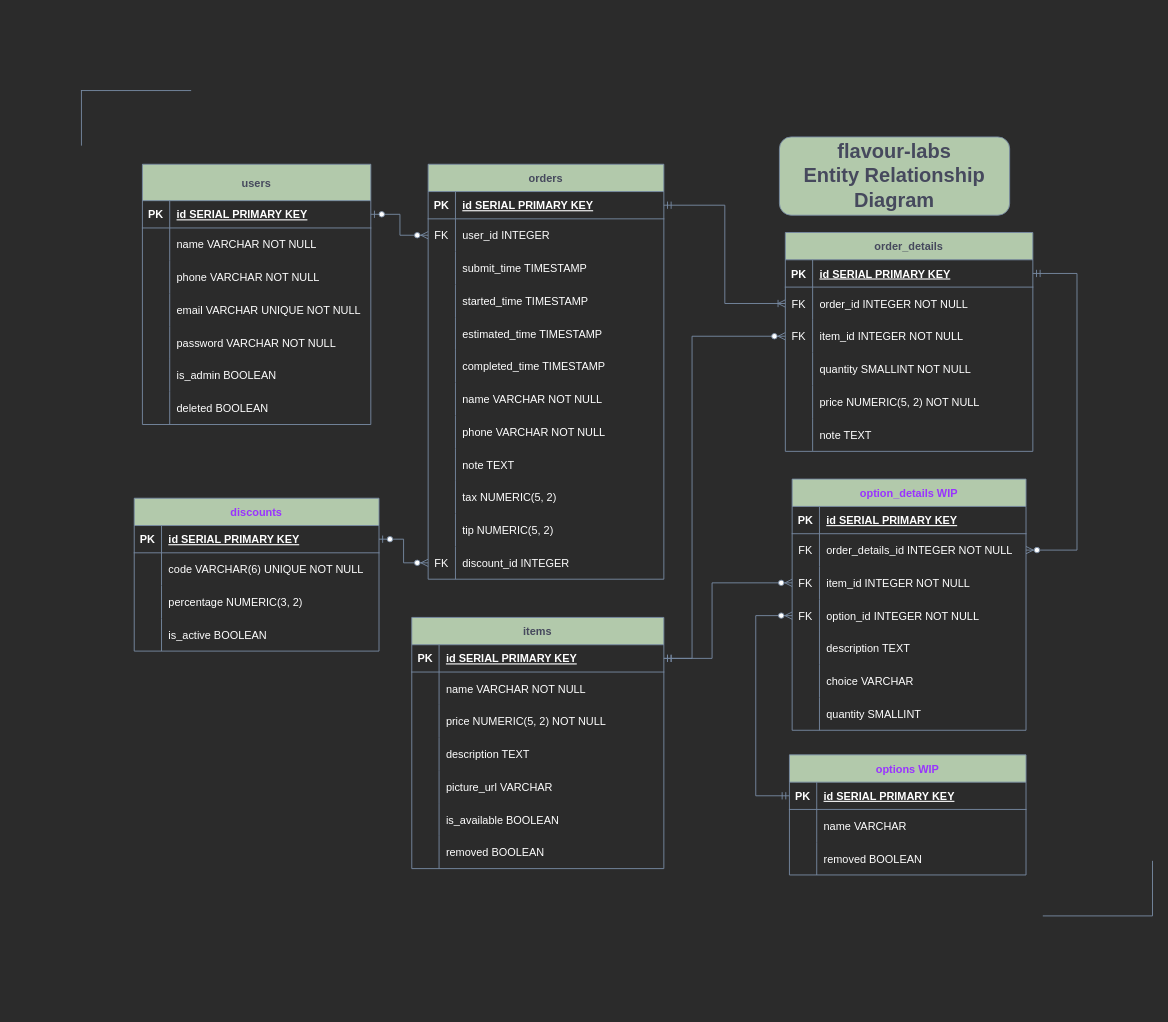
This is flavourLabsERD.drawio from sachieko/flavour-lab, a draw.io file, before an edit. Source tidied: cells renumbered, new cells numbered last; positions are measured from the earlier drawing's top-left corner, leaving out a move shared by most shapes. Both pictures are drawn from the tidied source at 91%, with x=0, y=0 at pixel (81, 90).
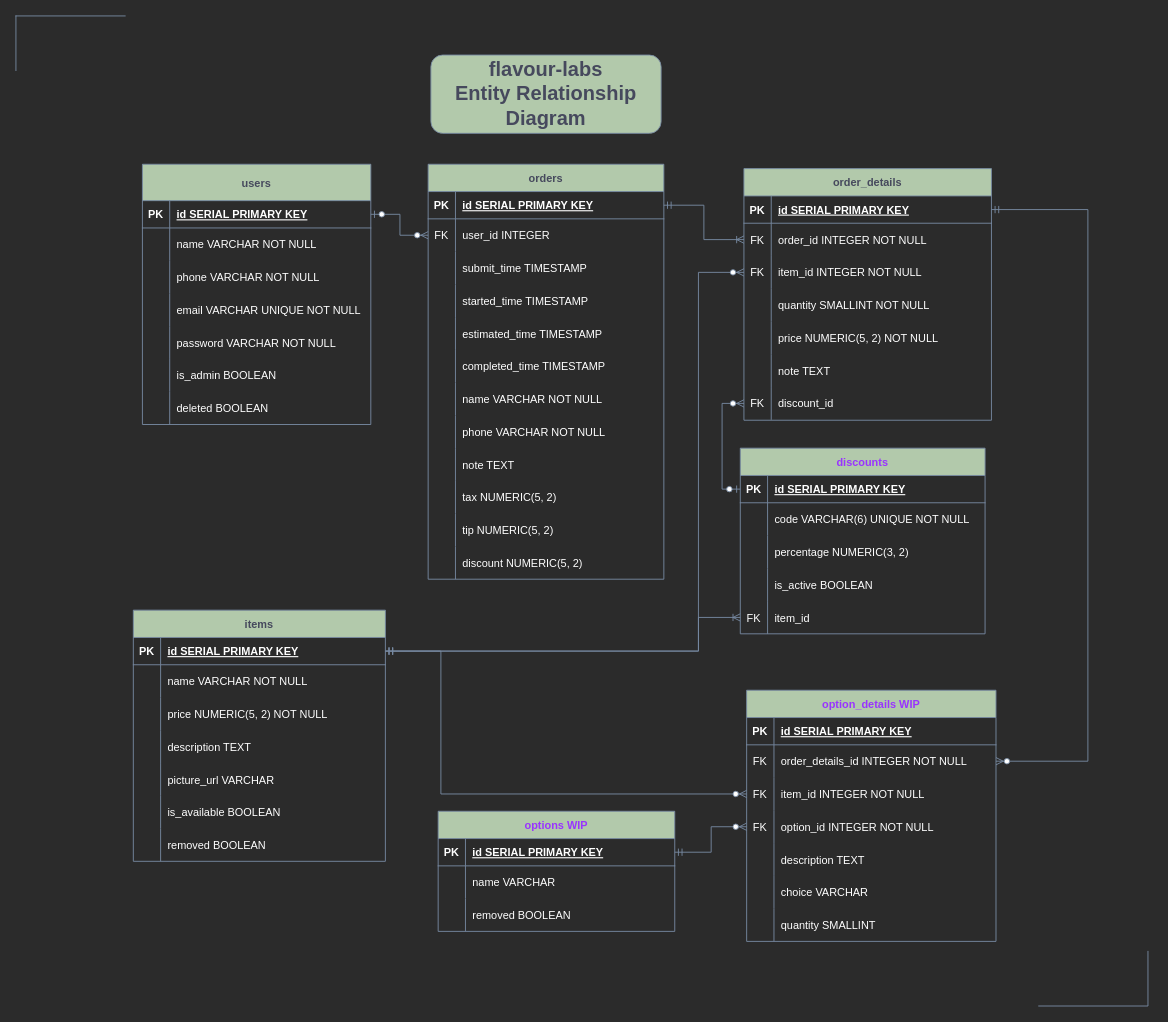
The same page after the edit.

Commit message:
items can have 1 of multiple possible discounts in flavourLabsERD.drawio

The change refers to these unchanged cells:
```xml
<mxCell id="36" style="shape=tableRow;horizontal=0;startSize=0;swimlaneHead=0;swimlaneBody=0;fillColor=none;points=[[0,0.5],[1,0.5]];portConstraint=eastwest;top=0;left=0;right=0;bottom=0;strokeColor=#788AA3;fontColor=#46495D;" parent="2" vertex="1">
  <mxGeometry y="420" width="259" height="36" as="geometry" />
</mxCell>
<mxCell id="40" style="shape=tableRow;horizontal=0;startSize=0;swimlaneHead=0;swimlaneBody=0;fillColor=none;points=[[0,0.5],[1,0.5]];portConstraint=eastwest;top=0;left=0;right=0;bottom=1;strokeColor=#788AA3;fontColor=#46495D;" parent="39" vertex="1">
  <mxGeometry y="30" width="277" height="30" as="geometry" />
</mxCell>
<mxCell id="84" style="shape=tableRow;horizontal=0;startSize=0;swimlaneHead=0;swimlaneBody=0;fillColor=none;points=[[0,0.5],[1,0.5]];portConstraint=eastwest;top=0;left=0;right=0;bottom=1;strokeColor=#788AA3;fontColor=#46495D;" parent="83" vertex="1">
  <mxGeometry y="30" width="272" height="30" as="geometry" />
</mxCell>
<mxCell id="90" style="shape=tableRow;horizontal=0;startSize=0;swimlaneHead=0;swimlaneBody=0;fillColor=none;points=[[0,0.5],[1,0.5]];portConstraint=eastwest;top=0;left=0;right=0;bottom=0;strokeColor=#788AA3;fontColor=#46495D;" parent="83" vertex="1">
  <mxGeometry y="96" width="272" height="36" as="geometry" />
</mxCell>
<mxCell id="103" style="shape=tableRow;horizontal=0;startSize=0;swimlaneHead=0;swimlaneBody=0;fillColor=none;points=[[0,0.5],[1,0.5]];portConstraint=eastwest;top=0;left=0;right=0;bottom=1;strokeColor=#788AA3;fontColor=#46495D;" parent="102" vertex="1">
  <mxGeometry y="30" width="260" height="30" as="geometry" />
</mxCell>
<mxCell id="144" style="shape=tableRow;horizontal=0;startSize=0;swimlaneHead=0;swimlaneBody=0;fillColor=none;points=[[0,0.5],[1,0.5]];portConstraint=eastwest;top=0;left=0;right=0;bottom=1;strokeColor=#788AA3;fontColor=#46495D;" parent="143" vertex="1">
  <mxGeometry y="30" width="269" height="30" as="geometry" />
</mxCell>
```

What changed in the source:
```diff
@@
-    <mxCell id="37" value="FK" style="shape=partialRectangle;fillColor=none;top=0;left=0;bottom=0;right=0;overflow=hidden;strokeColor=#788AA3;fontColor=#FFFFFF;" parent="36" vertex="1">
+    <mxCell id="37" style="shape=partialRectangle;fillColor=none;top=0;left=0;bottom=0;right=0;overflow=hidden;strokeColor=#788AA3;fontColor=#FFFFFF;" parent="36" vertex="1">
       <mxGeometry width="30" height="36" as="geometry" />
     </mxCell>
-    <mxCell id="38" value="discount_id INTEGER" style="shape=partialRectangle;fillColor=none;top=0;left=0;bottom=0;right=0;align=left;spacingLeft=6;overflow=hidden;strokeColor=#788AA3;fontColor=#FFFFFF;" parent="36" vertex="1">
+    <mxCell id="38" value="discount NUMERIC(5, 2)" style="shape=partialRectangle;fillColor=none;top=0;left=0;bottom=0;right=0;align=left;spacingLeft=6;overflow=hidden;strokeColor=#788AA3;fontColor=#FFFFFF;" parent="36" vertex="1">
       <mxGeometry x="30" width="229" height="36" as="geometry" />
     </mxCell>
     <mxCell id="39" value="items" style="shape=table;startSize=30;childLayout=tableLayout;rowLines=0;fontStyle=1;align=center;fillColor=#B2C9AB;strokeColor=#788AA3;fontColor=#46495D;" parent="1" vertex="1">
-      <mxGeometry x="363" y="579" width="277" height="276" as="geometry" />
+      <mxGeometry x="57" y="571" width="277" height="276" as="geometry" />
     </mxCell>
@@
     <mxCell id="83" value="order_details" style="shape=table;startSize=30;childLayout=tableLayout;rowLines=0;fontStyle=1;align=center;fillColor=#B2C9AB;strokeColor=#788AA3;fontColor=#46495D;" parent="1" vertex="1">
-      <mxGeometry x="773.5" y="156" width="272" height="240.5" as="geometry" />
+      <mxGeometry x="728" y="85.8" width="272" height="276.5" as="geometry" />
     </mxCell>
@@
+    <mxCell id="157" style="shape=tableRow;horizontal=0;startSize=0;swimlaneHead=0;swimlaneBody=0;fillColor=none;points=[[0,0.5],[1,0.5]];portConstraint=eastwest;top=0;left=0;right=0;bottom=0;strokeColor=#788AA3;fontColor=#46495D;" parent="83" vertex="1">
+      <mxGeometry y="240" width="272" height="36" as="geometry" />
+    </mxCell>
+    <mxCell id="158" value="FK" style="shape=partialRectangle;fillColor=none;top=0;left=0;bottom=0;right=0;overflow=hidden;strokeColor=#788AA3;fontColor=#FFFFFF;" parent="157" vertex="1">
+      <mxGeometry width="30" height="36" as="geometry" />
+    </mxCell>
+    <mxCell id="159" value="discount_id" style="shape=partialRectangle;fillColor=none;top=0;left=0;bottom=0;right=0;align=left;spacingLeft=6;overflow=hidden;strokeColor=#788AA3;fontColor=#FFFFFF;" parent="157" vertex="1">
+      <mxGeometry x="30" width="242" height="36" as="geometry" />
+    </mxCell>
     <mxCell id="102" value="options WIP" style="shape=table;startSize=30;childLayout=tableLayout;rowLines=0;fontStyle=1;align=center;fillColor=#B2C9AB;strokeColor=#788AA3;fontColor=#9933FF;" parent="1" vertex="1">
-      <mxGeometry x="778" y="730" width="260" height="132" as="geometry" />
+      <mxGeometry x="392" y="792" width="260" height="132" as="geometry" />
     </mxCell>
@@
     <mxCell id="112" style="shape=partialRectangle;whiteSpace=wrap;html=1;bottom=0;right=0;fillColor=none;fontColor=#46495D;strokeColor=#788AA3;" parent="1" vertex="1">
-      <mxGeometry width="120" height="60" as="geometry" />
+      <mxGeometry x="-72" y="-82" width="120" height="60" as="geometry" />
     </mxCell>
     <mxCell id="113" style="shape=partialRectangle;whiteSpace=wrap;html=1;top=0;left=0;fillColor=none;fontColor=#46495D;strokeColor=#788AA3;" parent="1" vertex="1">
-      <mxGeometry x="1057" y="847" width="120" height="60" as="geometry" />
+      <mxGeometry x="1052" y="946" width="120" height="60" as="geometry" />
     </mxCell>
     <mxCell id="114" value="&lt;font style=&quot;font-size: 22px;&quot;&gt;&lt;b style=&quot;font-size: 22px;&quot;&gt;flavour-labs &lt;br&gt;Entity Relationship Diagram&lt;/b&gt;&lt;/font&gt;" style="rounded=1;whiteSpace=wrap;html=1;fontColor=#46495D;strokeColor=#788AA3;fillColor=#B2C9AB;fontSize=22;" parent="1" vertex="1">
-      <mxGeometry x="767" y="51" width="253" height="86" as="geometry" />
+      <mxGeometry x="384" y="-39" width="253" height="86" as="geometry" />
     </mxCell>
     <mxCell id="115" value="option_details WIP" style="shape=table;startSize=30;childLayout=tableLayout;rowLines=0;fontStyle=1;align=center;fillColor=#B2C9AB;strokeColor=#788AA3;fontColor=#9933FF;" parent="1" vertex="1">
-      <mxGeometry x="781" y="427" width="257" height="276" as="geometry" />
+      <mxGeometry x="731" y="659" width="274" height="276" as="geometry" />
     </mxCell>
     <mxCell id="116" style="shape=tableRow;horizontal=0;startSize=0;swimlaneHead=0;swimlaneBody=0;fillColor=none;top=0;left=0;right=0;bottom=1;strokeColor=#788AA3;fontColor=#46495D;" parent="115" vertex="1">
-      <mxGeometry y="30" width="257" height="30" as="geometry" />
+      <mxGeometry y="30" width="274" height="30" as="geometry" />
     </mxCell>
@@
     <mxCell id="118" value="id SERIAL PRIMARY KEY" style="shape=partialRectangle;fillColor=none;top=0;left=0;bottom=0;right=0;align=left;spacingLeft=6;fontStyle=5;overflow=hidden;strokeColor=#788AA3;fontColor=#FFFFFF;" parent="116" vertex="1">
-      <mxGeometry x="30" width="227" height="30" as="geometry" />
+      <mxGeometry x="30" width="244" height="30" as="geometry" />
     </mxCell>
     <mxCell id="119" style="shape=tableRow;horizontal=0;startSize=0;swimlaneHead=0;swimlaneBody=0;fillColor=none;points=[[0,0.5],[1,0.5]];portConstraint=eastwest;top=0;left=0;right=0;bottom=0;strokeColor=#788AA3;fontColor=#46495D;" parent="115" vertex="1">
-      <mxGeometry y="60" width="257" height="36" as="geometry" />
+      <mxGeometry y="60" width="274" height="36" as="geometry" />
     </mxCell>
@@
     <mxCell id="121" value="order_details_id INTEGER NOT NULL" style="shape=partialRectangle;fillColor=none;top=0;left=0;bottom=0;right=0;align=left;spacingLeft=6;overflow=hidden;strokeColor=#788AA3;fontColor=#FFFFFF;" parent="119" vertex="1">
-      <mxGeometry x="30" width="227" height="36" as="geometry" />
+      <mxGeometry x="30" width="244" height="36" as="geometry" />
     </mxCell>
     <mxCell id="122" style="shape=tableRow;horizontal=0;startSize=0;swimlaneHead=0;swimlaneBody=0;fillColor=none;points=[[0,0.5],[1,0.5]];portConstraint=eastwest;top=0;left=0;right=0;bottom=0;strokeColor=#788AA3;fontColor=#46495D;" parent="115" vertex="1">
-      <mxGeometry y="96" width="257" height="36" as="geometry" />
+      <mxGeometry y="96" width="274" height="36" as="geometry" />
     </mxCell>
@@
     <mxCell id="124" value="item_id INTEGER NOT NULL" style="shape=partialRectangle;fillColor=none;top=0;left=0;bottom=0;right=0;align=left;spacingLeft=6;overflow=hidden;strokeColor=#788AA3;fontColor=#FFFFFF;" parent="122" vertex="1">
-      <mxGeometry x="30" width="227" height="36" as="geometry" />
+      <mxGeometry x="30" width="244" height="36" as="geometry" />
     </mxCell>
     <mxCell id="125" style="shape=tableRow;horizontal=0;startSize=0;swimlaneHead=0;swimlaneBody=0;fillColor=none;points=[[0,0.5],[1,0.5]];portConstraint=eastwest;top=0;left=0;right=0;bottom=0;strokeColor=#788AA3;fontColor=#46495D;" parent="115" vertex="1">
-      <mxGeometry y="132" width="257" height="36" as="geometry" />
+      <mxGeometry y="132" width="274" height="36" as="geometry" />
     </mxCell>
@@
     <mxCell id="127" value="option_id INTEGER NOT NULL" style="shape=partialRectangle;fillColor=none;top=0;left=0;bottom=0;right=0;align=left;spacingLeft=6;overflow=hidden;strokeColor=#788AA3;fontColor=#FFFFFF;" parent="125" vertex="1">
-      <mxGeometry x="30" width="227" height="36" as="geometry" />
+      <mxGeometry x="30" width="244" height="36" as="geometry" />
     </mxCell>
     <mxCell id="128" style="shape=tableRow;horizontal=0;startSize=0;swimlaneHead=0;swimlaneBody=0;fillColor=none;top=0;left=0;right=0;bottom=0;strokeColor=#788AA3;fontColor=#46495D;" parent="115" vertex="1">
-      <mxGeometry y="168" width="257" height="36" as="geometry" />
+      <mxGeometry y="168" width="274" height="36" as="geometry" />
     </mxCell>
@@
     <mxCell id="130" value="description TEXT" style="shape=partialRectangle;fillColor=none;top=0;left=0;bottom=0;right=0;align=left;spacingLeft=6;overflow=hidden;strokeColor=#788AA3;fontColor=#FFFFFF;" parent="128" vertex="1">
-      <mxGeometry x="30" width="227" height="36" as="geometry" />
+      <mxGeometry x="30" width="244" height="36" as="geometry" />
     </mxCell>
     <mxCell id="131" style="shape=tableRow;horizontal=0;startSize=0;swimlaneHead=0;swimlaneBody=0;fillColor=none;top=0;left=0;right=0;bottom=0;strokeColor=#788AA3;fontColor=#46495D;" parent="115" vertex="1">
-      <mxGeometry y="204" width="257" height="36" as="geometry" />
+      <mxGeometry y="204" width="274" height="36" as="geometry" />
     </mxCell>
@@
     <mxCell id="133" value="choice VARCHAR" style="shape=partialRectangle;fillColor=none;top=0;left=0;bottom=0;right=0;align=left;spacingLeft=6;overflow=hidden;strokeColor=#788AA3;fontColor=#FFFFFF;" parent="131" vertex="1">
-      <mxGeometry x="30" width="227" height="36" as="geometry" />
+      <mxGeometry x="30" width="244" height="36" as="geometry" />
     </mxCell>
     <mxCell id="134" style="shape=tableRow;horizontal=0;startSize=0;swimlaneHead=0;swimlaneBody=0;fillColor=none;top=0;left=0;right=0;bottom=0;strokeColor=#788AA3;fontColor=#46495D;" parent="115" vertex="1">
-      <mxGeometry y="240" width="257" height="36" as="geometry" />
+      <mxGeometry y="240" width="274" height="36" as="geometry" />
     </mxCell>
@@
     <mxCell id="136" value="quantity SMALLINT" style="shape=partialRectangle;fillColor=none;top=0;left=0;bottom=0;right=0;align=left;spacingLeft=6;overflow=hidden;strokeColor=#788AA3;fontColor=#FFFFFF;" parent="134" vertex="1">
-      <mxGeometry x="30" width="227" height="36" as="geometry" />
+      <mxGeometry x="30" width="244" height="36" as="geometry" />
     </mxCell>
@@
     <mxCell id="139" style="edgeStyle=elbowEdgeStyle;fontSize=12;html=1;endArrow=ERzeroToMany;startArrow=ERmandOne;rounded=0;labelBackgroundColor=none;strokeColor=#788AA3;strokeWidth=1;jumpSize=7;exitX=1;exitY=0.5;exitDx=0;exitDy=0;entryX=0;entryY=0.5;entryDx=0;entryDy=0;" parent="1" edge="1" source="40" target="90">
       <mxGeometry relative="1" as="geometry">
         <Array as="points">
-          <mxPoint x="671" y="469" />
+          <mxPoint x="678" y="455" />
         </Array>
       </mxGeometry>
     </mxCell>
     <mxCell id="140" style="edgeStyle=elbowEdgeStyle;fontSize=12;html=1;endArrow=ERzeroToMany;startArrow=ERmandOne;rounded=0;labelBackgroundColor=none;strokeColor=#788AA3;strokeWidth=1;jumpSize=7;exitX=1;exitY=0.5;exitDx=0;exitDy=0;entryX=1;entryY=0.5;entryDx=0;entryDy=0;" parent="1" edge="1" source="84" target="119">
       <mxGeometry relative="1" as="geometry">
         <Array as="points">
-          <mxPoint x="1094" y="382" />
+          <mxPoint x="1106" y="481" />
         </Array>
       </mxGeometry>
     </mxCell>
     <mxCell id="141" style="edgeStyle=elbowEdgeStyle;fontSize=12;html=1;endArrow=ERzeroToMany;startArrow=ERmandOne;rounded=0;labelBackgroundColor=none;strokeColor=#788AA3;strokeWidth=1;jumpSize=7;exitX=1;exitY=0.5;exitDx=0;exitDy=0;entryX=0;entryY=0.5;entryDx=0;entryDy=0;" parent="1" edge="1" source="40" target="122">
       <mxGeometry relative="1" as="geometry">
         <Array as="points">
-          <mxPoint x="693" y="590" />
+          <mxPoint x="395" y="719" />
         </Array>
       </mxGeometry>
     </mxCell>
-    <mxCell id="142" style="edgeStyle=elbowEdgeStyle;fontSize=12;html=1;endArrow=ERzeroToMany;startArrow=ERmandOne;rounded=0;labelBackgroundColor=none;strokeColor=#788AA3;strokeWidth=1;jumpSize=7;exitX=0;exitY=0.5;exitDx=0;exitDy=0;entryX=0;entryY=0.5;entryDx=0;entryDy=0;" parent="1" edge="1" source="103" target="125">
-      <mxGeometry relative="1" as="geometry">
-        <Array as="points">
-          <mxPoint x="741" y="629" />
-        </Array>
-      </mxGeometry>
+    <mxCell id="142" style="edgeStyle=elbowEdgeStyle;fontSize=12;html=1;endArrow=ERzeroToMany;startArrow=ERmandOne;rounded=0;labelBackgroundColor=none;strokeColor=#788AA3;strokeWidth=1;jumpSize=7;exitX=1;exitY=0.5;exitDx=0;exitDy=0;entryX=0;entryY=0.5;entryDx=0;entryDy=0;" parent="1" edge="1" source="103" target="125">
+      <mxGeometry relative="1" as="geometry" />
     </mxCell>
     <mxCell id="143" value="discounts" style="shape=table;startSize=30;childLayout=tableLayout;rowLines=0;fontStyle=1;align=center;fillColor=#B2C9AB;strokeColor=#788AA3;fontColor=#9933FF;" parent="1" vertex="1">
-      <mxGeometry x="58" y="448" width="269" height="168" as="geometry" />
+      <mxGeometry x="724" y="393" width="269" height="204" as="geometry" />
     </mxCell>
@@
+    <mxCell id="160" style="shape=tableRow;horizontal=0;startSize=0;swimlaneHead=0;swimlaneBody=0;fillColor=none;points=[[0,0.5],[1,0.5]];portConstraint=eastwest;top=0;left=0;right=0;bottom=0;strokeColor=#788AA3;fontColor=#46495D;" parent="143" vertex="1">
+      <mxGeometry y="168" width="269" height="36" as="geometry" />
+    </mxCell>
+    <mxCell id="161" value="FK" style="shape=partialRectangle;fillColor=none;top=0;left=0;bottom=0;right=0;overflow=hidden;strokeColor=#788AA3;fontColor=#FFFFFF;" parent="160" vertex="1">
+      <mxGeometry width="30" height="36" as="geometry" />
+    </mxCell>
+    <mxCell id="162" value="item_id" style="shape=partialRectangle;fillColor=none;top=0;left=0;bottom=0;right=0;align=left;spacingLeft=6;overflow=hidden;strokeColor=#788AA3;fontColor=#FFFFFF;" parent="160" vertex="1">
+      <mxGeometry x="30" width="239" height="36" as="geometry" />
+    </mxCell>
-    <mxCell id="156" style="fontSize=12;html=1;endArrow=ERzeroToMany;startArrow=ERzeroToOne;rounded=0;strokeColor=#788AA3;strokeWidth=1;jumpSize=7;entryX=0;entryY=0.5;entryDx=0;entryDy=0;fillColor=#B2B2B2;labelBackgroundColor=none;exitX=1;exitY=0.5;exitDx=0;exitDy=0;edgeStyle=elbowEdgeStyle;" parent="1" edge="1" source="144" target="36">
-      <mxGeometry relative="1" as="geometry" />
+    <mxCell id="156" style="fontSize=12;html=1;endArrow=ERzeroToMany;startArrow=ERzeroToOne;rounded=0;strokeColor=#788AA3;strokeWidth=1;jumpSize=7;fillColor=#B2B2B2;labelBackgroundColor=none;edgeStyle=elbowEdgeStyle;exitX=0;exitY=0.5;exitDx=0;exitDy=0;entryX=0;entryY=0.5;entryDx=0;entryDy=0;" parent="1" edge="1" source="144" target="157">
+      <mxGeometry relative="1" as="geometry">
+        <Array as="points">
+          <mxPoint x="704" y="620" />
+        </Array>
+      </mxGeometry>
     </mxCell>
+    <mxCell id="163" style="edgeStyle=elbowEdgeStyle;fontSize=12;html=1;endArrow=ERoneToMany;startArrow=ERmandOne;rounded=0;labelBackgroundColor=none;strokeColor=#788AA3;strokeWidth=1;jumpSize=7;exitX=1;exitY=0.5;exitDx=0;exitDy=0;entryX=0;entryY=0.5;entryDx=0;entryDy=0;" parent="1" edge="1" source="40" target="160">
+      <mxGeometry relative="1" as="geometry">
+        <Array as="points">
+          <mxPoint x="678" y="601" />
+        </Array>
+      </mxGeometry>
+    </mxCell>
```
